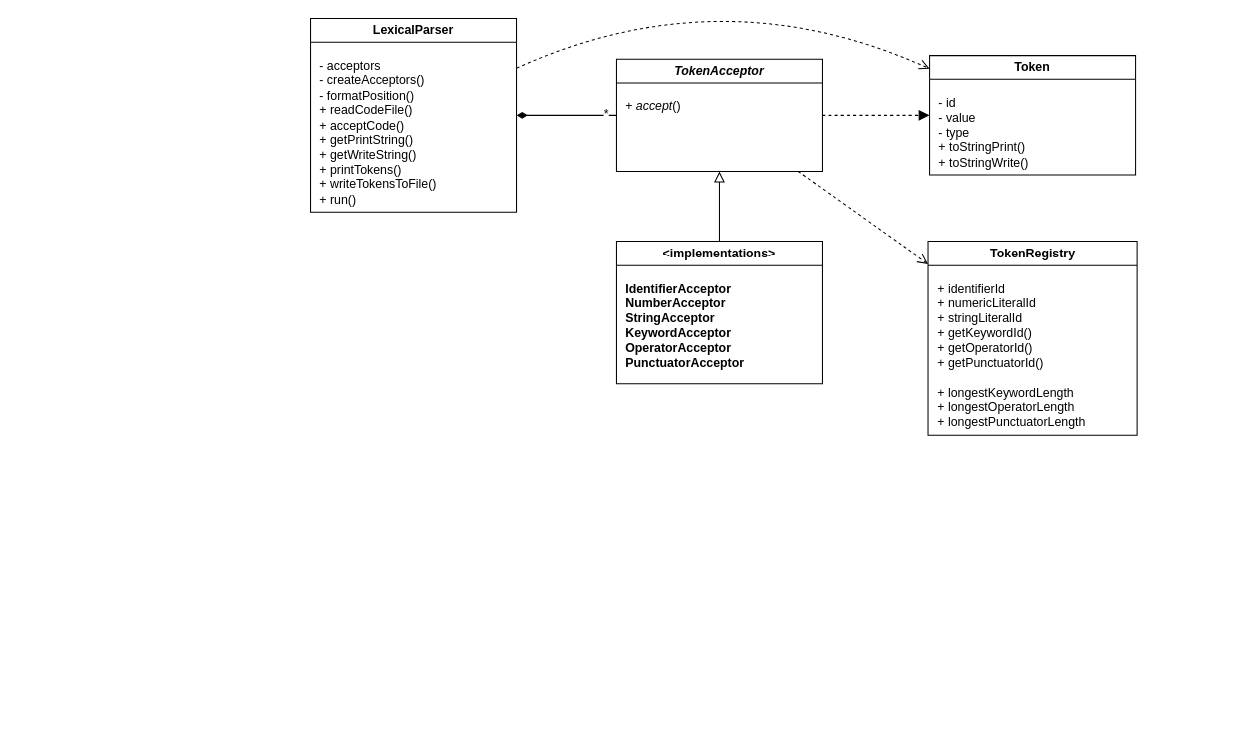
Before: doc/class-spec.drawio in honeycrux/MyFirstCompiler, a draw.io diagram. Source tidied: cells renumbered, new cells numbered last; positions are measured from the earlier drawing's top-left corner, leaving out a move shared by most shapes. Both pictures are drawn from the tidied source at 103%, with x=0, y=0 at pixel (310, -26).
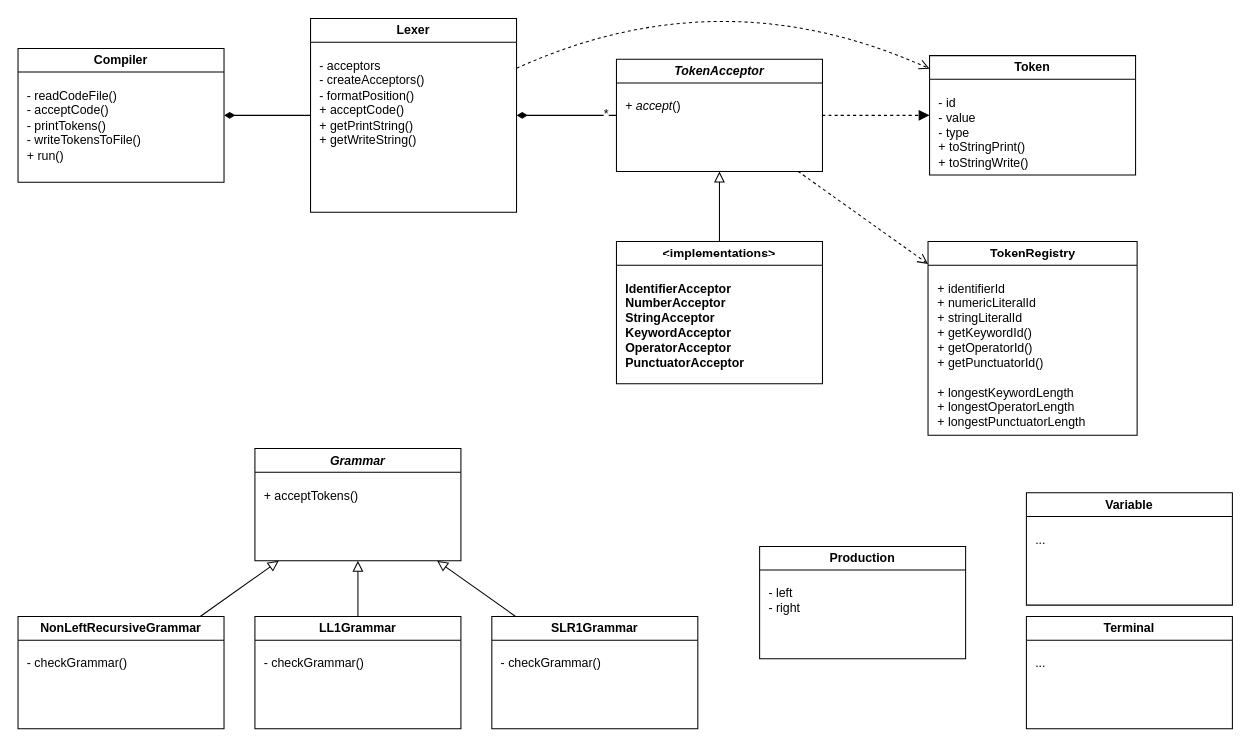
After the change.

Change to the diagram source:
```diff
@@
-    <mxCell id="5" value="LexicalParser" style="swimlane;whiteSpace=wrap;html=1;" parent="1" vertex="1">
+    <mxCell id="5" value="Lexer" style="swimlane;whiteSpace=wrap;html=1;" parent="1" vertex="1">
       <mxGeometry y="42.5" width="200" height="188" as="geometry" />
     </mxCell>
-    <mxCell id="6" value="&lt;div style=&quot;font-size: 12px;&quot;&gt;&lt;span style=&quot;background-color: initial; font-size: 12px;&quot;&gt;- acceptors&lt;/span&gt;&lt;/div&gt;&lt;div style=&quot;font-size: 12px;&quot;&gt;- createAcceptors()&lt;/div&gt;&lt;div&gt;- formatPosition()&lt;/div&gt;&lt;div style=&quot;font-size: 12px;&quot;&gt;+ readCodeFile()&lt;/div&gt;&lt;div style=&quot;font-size: 12px;&quot;&gt;&lt;span style=&quot;background-color: initial;&quot;&gt;+ acceptCode()&lt;/span&gt;&lt;br&gt;&lt;/div&gt;&lt;div style=&quot;font-size: 12px;&quot;&gt;&lt;span style=&quot;background-color: initial;&quot;&gt;+ getPrintString()&lt;/span&gt;&lt;/div&gt;&lt;div style=&quot;font-size: 12px;&quot;&gt;&lt;span style=&quot;background-color: initial;&quot;&gt;+ getWriteString()&lt;/span&gt;&lt;/div&gt;&lt;div style=&quot;font-size: 12px;&quot;&gt;+ printTokens()&lt;/div&gt;&lt;div style=&quot;font-size: 12px;&quot;&gt;+ writeTokensToFile()&lt;/div&gt;&lt;div style=&quot;font-size: 12px;&quot;&gt;&lt;span style=&quot;background-color: initial;&quot;&gt;+ run(&lt;/span&gt;&lt;span style=&quot;background-color: initial;&quot;&gt;)&lt;/span&gt;&lt;br&gt;&lt;/div&gt;" style="text;html=1;align=left;verticalAlign=top;strokeColor=none;fillColor=none;fontSize=12;" parent="5" vertex="1">
-      <mxGeometry x="7" y="32" width="132" height="156" as="geometry" />
+    <mxCell id="6" value="&lt;div style=&quot;font-size: 12px;&quot;&gt;&lt;span style=&quot;background-color: initial; font-size: 12px;&quot;&gt;- acceptors&lt;/span&gt;&lt;/div&gt;&lt;div style=&quot;font-size: 12px;&quot;&gt;- createAcceptors()&lt;/div&gt;&lt;div&gt;- formatPosition()&lt;/div&gt;&lt;div&gt;&lt;span style=&quot;background-color: initial;&quot;&gt;+ acceptCode()&lt;/span&gt;&lt;/div&gt;&lt;div style=&quot;font-size: 12px;&quot;&gt;&lt;span style=&quot;background-color: initial;&quot;&gt;+ getPrintString()&lt;/span&gt;&lt;/div&gt;&lt;div style=&quot;font-size: 12px;&quot;&gt;&lt;span style=&quot;background-color: initial;&quot;&gt;+ getWriteString()&lt;/span&gt;&lt;/div&gt;" style="text;html=1;align=left;verticalAlign=top;strokeColor=none;fillColor=none;fontSize=12;" parent="5" vertex="1">
+      <mxGeometry x="7" y="32" width="120" height="98" as="geometry" />
     </mxCell>
@@
+    <mxCell id="18" value="Compiler" style="swimlane;whiteSpace=wrap;html=1;" parent="1" vertex="1">
+      <mxGeometry x="-284" y="71.5" width="200" height="130" as="geometry" />
+    </mxCell>
+    <mxCell id="19" value="&lt;div style=&quot;font-size: 12px;&quot;&gt;&lt;span style=&quot;background-color: initial;&quot;&gt;- readCodeFile()&lt;/span&gt;&lt;br&gt;&lt;/div&gt;&lt;div style=&quot;font-size: 12px;&quot;&gt;&lt;span style=&quot;background-color: initial;&quot;&gt;- acceptCode()&lt;/span&gt;&lt;/div&gt;&lt;div style=&quot;font-size: 12px;&quot;&gt;&lt;span style=&quot;background-color: initial;&quot;&gt;- printTokens()&lt;/span&gt;&lt;br&gt;&lt;/div&gt;&lt;div style=&quot;font-size: 12px;&quot;&gt;- writeTokensToFile()&lt;/div&gt;&lt;div style=&quot;font-size: 12px;&quot;&gt;&lt;span style=&quot;background-color: initial;&quot;&gt;+ run(&lt;/span&gt;&lt;span style=&quot;background-color: initial;&quot;&gt;)&lt;/span&gt;&lt;br&gt;&lt;/div&gt;" style="text;html=1;align=left;verticalAlign=top;strokeColor=none;fillColor=none;fontSize=12;" parent="18" vertex="1">
+      <mxGeometry x="7" y="32" width="129" height="84" as="geometry" />
+    </mxCell>
+    <mxCell id="20" style="edgeStyle=none;curved=1;rounded=0;jettySize=auto;html=1;fontSize=12;startSize=8;endSize=8;endArrow=diamondThin;endFill=1;" parent="1" edge="1" source="5" target="18">
+      <mxGeometry relative="1" as="geometry" />
+    </mxCell>
+    <mxCell id="21" style="edgeStyle=none;curved=1;rounded=0;jettySize=auto;html=1;fontSize=12;startSize=8;endSize=8;endArrow=block;endFill=0;" parent="1" edge="1" source="22" target="30">
+      <mxGeometry relative="1" as="geometry" />
+    </mxCell>
+    <mxCell id="22" value="NonLeftRecursiveGrammar" style="swimlane;whiteSpace=wrap;html=1;" parent="1" vertex="1">
+      <mxGeometry x="-284" y="623" width="200" height="109" as="geometry" />
+    </mxCell>
+    <mxCell id="23" value="&lt;div style=&quot;font-size: 12px;&quot;&gt;- checkGrammar()&lt;br&gt;&lt;/div&gt;" style="text;html=1;align=left;verticalAlign=top;strokeColor=none;fillColor=none;fontSize=12;" parent="22" vertex="1">
+      <mxGeometry x="7" y="32" width="115" height="26" as="geometry" />
+    </mxCell>
+    <mxCell id="24" style="edgeStyle=none;curved=1;rounded=0;jettySize=auto;html=1;fontSize=12;startSize=8;endSize=8;endArrow=block;endFill=0;" parent="1" edge="1" source="25" target="30">
+      <mxGeometry relative="1" as="geometry" />
+    </mxCell>
+    <mxCell id="25" value="LL1Grammar" style="swimlane;whiteSpace=wrap;html=1;" parent="1" vertex="1">
+      <mxGeometry x="-54" y="623" width="200" height="109" as="geometry" />
+    </mxCell>
+    <mxCell id="26" value="&lt;div style=&quot;font-size: 12px;&quot;&gt;- checkGrammar()&lt;br&gt;&lt;/div&gt;" style="text;html=1;align=left;verticalAlign=top;strokeColor=none;fillColor=none;fontSize=12;" parent="25" vertex="1">
+      <mxGeometry x="7" y="32" width="115" height="26" as="geometry" />
+    </mxCell>
+    <mxCell id="27" style="edgeStyle=none;curved=1;rounded=0;jettySize=auto;html=1;fontSize=12;startSize=8;endSize=8;endArrow=block;endFill=0;" parent="1" edge="1" source="28" target="30">
+      <mxGeometry relative="1" as="geometry" />
+    </mxCell>
+    <mxCell id="28" value="SLR1Grammar" style="swimlane;whiteSpace=wrap;html=1;startSize=23;" parent="1" vertex="1">
+      <mxGeometry x="176" y="623" width="200" height="109" as="geometry" />
+    </mxCell>
+    <mxCell id="29" value="&lt;div style=&quot;font-size: 12px;&quot;&gt;&lt;span style=&quot;background-color: initial; font-size: 12px;&quot;&gt;- checkGrammar()&lt;/span&gt;&lt;/div&gt;" style="text;html=1;align=left;verticalAlign=top;strokeColor=none;fillColor=none;fontSize=12;" parent="28" vertex="1">
+      <mxGeometry x="7" y="32" width="115" height="26" as="geometry" />
+    </mxCell>
+    <mxCell id="30" value="&lt;i&gt;Grammar&lt;/i&gt;" style="swimlane;whiteSpace=wrap;html=1;" parent="1" vertex="1">
+      <mxGeometry x="-54" y="460" width="200" height="109" as="geometry" />
+    </mxCell>
+    <mxCell id="31" value="&lt;div style=&quot;font-size: 12px;&quot;&gt;+ acceptTokens()&lt;/div&gt;" style="text;html=1;align=left;verticalAlign=top;strokeColor=none;fillColor=none;fontSize=12;" parent="30" vertex="1">
+      <mxGeometry x="7" y="32" width="110" height="26" as="geometry" />
+    </mxCell>
+    <mxCell id="32" value="Production" style="swimlane;whiteSpace=wrap;html=1;" parent="1" vertex="1">
+      <mxGeometry x="436" y="555" width="200" height="109" as="geometry" />
+    </mxCell>
+    <mxCell id="33" value="&lt;div style=&quot;font-size: 12px;&quot;&gt;- left&lt;/div&gt;&lt;div style=&quot;font-size: 12px;&quot;&gt;- right&lt;/div&gt;" style="text;html=1;align=left;verticalAlign=top;strokeColor=none;fillColor=none;fontSize=12;" parent="32" vertex="1">
+      <mxGeometry x="7" y="32" width="49" height="41" as="geometry" />
+    </mxCell>
+    <mxCell id="34" value="Terminal" style="swimlane;whiteSpace=wrap;html=1;" parent="1" vertex="1">
+      <mxGeometry x="695" y="623" width="200" height="109" as="geometry" />
+    </mxCell>
+    <mxCell id="35" value="&lt;div style=&quot;font-size: 12px;&quot;&gt;...&lt;/div&gt;" style="text;html=1;align=left;verticalAlign=top;strokeColor=none;fillColor=none;fontSize=12;" parent="34" vertex="1">
+      <mxGeometry x="7" y="32" width="28" height="26" as="geometry" />
+    </mxCell>
+    <mxCell id="36" value="Variable" style="swimlane;whiteSpace=wrap;html=1;" parent="1" vertex="1">
+      <mxGeometry x="695" y="503" width="200" height="109" as="geometry" />
+    </mxCell>
+    <mxCell id="37" value="&lt;div style=&quot;font-size: 12px;&quot;&gt;...&lt;/div&gt;" style="text;html=1;align=left;verticalAlign=top;strokeColor=none;fillColor=none;fontSize=12;" parent="36" vertex="1">
+      <mxGeometry x="7" y="32" width="28" height="26" as="geometry" />
+    </mxCell>
```
